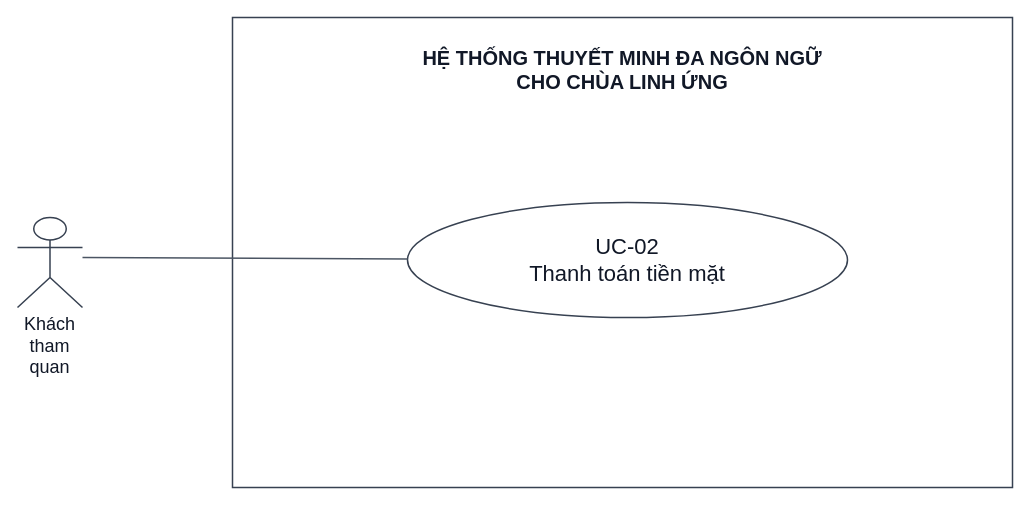
Earlier version of the draw.io diagram docs/diagram/use case/UC-02_Use-Case.drawio (Kazuken123/prj_sgu26_cnpm). Source tidied: cells renumbered, new cells numbered last; positions are measured from the earlier drawing's top-left corner, leaving out a move shared by most shapes. Both pictures are drawn from the tidied source at 100%, with x=0, y=0 at pixel (17, 17).
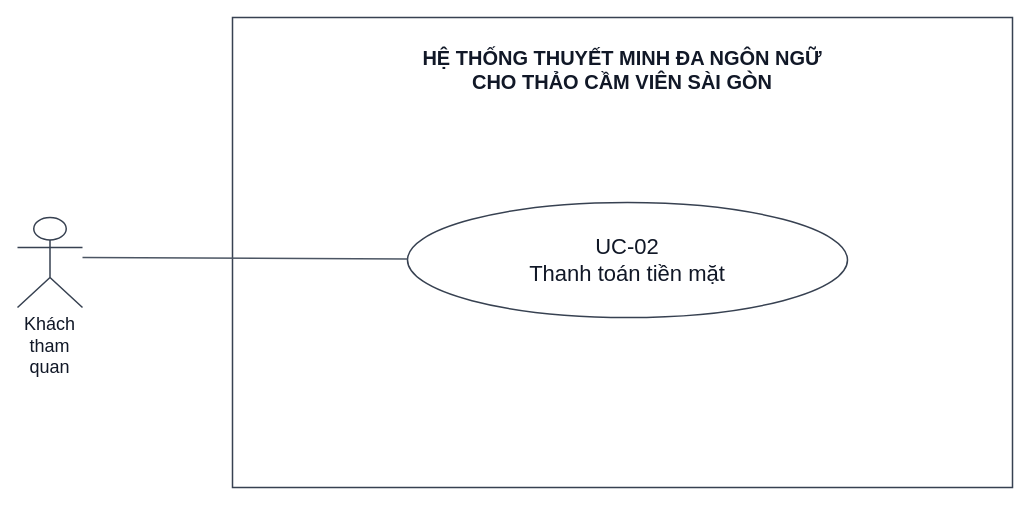
Above is the later version.

Diff of the diagram source:
```diff
@@
 <mxGraphModel>
   <root>
     <mxCell id="0" />
     <mxCell id="1" parent="0" />
-    <mxCell id="2" value="HỆ THỐNG THUYẾT MINH ĐA NGÔN NGỮ&lt;br&gt;CHO CHÙA LINH ỨNG" style="html=1;whiteSpace=wrap;fontFamily=Arial;fontSize=20;fontColor=#111827;strokeColor=#374151;fillColor=#FFFFFF;strokeWidth=1.5;rounded=0;verticalAlign=top;spacingTop=22;fontStyle=1;fillColor=none;" parent="1" vertex="1">
+    <mxCell id="2" value="HỆ THỐNG THUYẾT MINH ĐA NGÔN NGỮ&lt;br&gt;CHO THẢO CẦM VIÊN SÀI GÒN" style="html=1;whiteSpace=wrap;fontFamily=Arial;fontSize=20;fontColor=#111827;strokeColor=#374151;fillColor=#FFFFFF;strokeWidth=1.5;rounded=0;verticalAlign=top;spacingTop=22;fontStyle=1;fillColor=none;" parent="1" vertex="1">
       <mxGeometry x="215" width="780" height="470" as="geometry" />
     </mxCell>
     <mxCell id="3" value="UC-02&lt;br&gt;Thanh toán tiền mặt" style="html=1;whiteSpace=wrap;fontFamily=Arial;fontSize=22;fontColor=#111827;strokeColor=#374151;fillColor=#FFFFFF;strokeWidth=1.5;ellipse;" parent="1" vertex="1">
       <mxGeometry x="390" y="185" width="440" height="115" as="geometry" />
     </mxCell>
     <mxCell id="4" value="Khách tham quan" style="html=1;whiteSpace=wrap;fontFamily=Arial;fontSize=18;fontColor=#111827;strokeColor=#374151;fillColor=#FFFFFF;strokeWidth=1.5;shape=umlActor;verticalLabelPosition=bottom;verticalAlign=top;" parent="1" vertex="1">
       <mxGeometry y="200" width="65" height="90" as="geometry" />
     </mxCell>
     <mxCell id="5" style="html=1;rounded=0;endArrow=none;endFill=1;strokeColor=#4B5563;strokeWidth=1.5;fontFamily=Arial;fontSize=17;exitX=1.0;exitY=0.4444444444444444;exitPerimeter=0;entryX=7.699036441227814e-05;entryY=0.49122592244756036;entryPerimeter=0;" parent="1" edge="1" source="4" target="3">
       <mxGeometry relative="1" as="geometry" />
     </mxCell>
   </root>
 </mxGraphModel>
```
